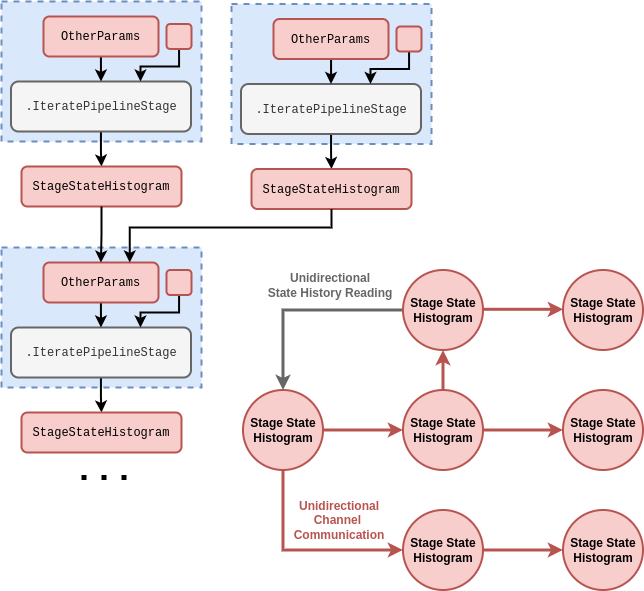
Earlier version of the draw.io export assets/dexetera/dexetera-pipeline-state-partition-graph.drawio.png (umbralcalc/umbralcalc.github.io). Source tidied: cells renumbered, new cells last; positions are measured from the earlier drawing's top-left corner, leaving out a move shared by most shapes.
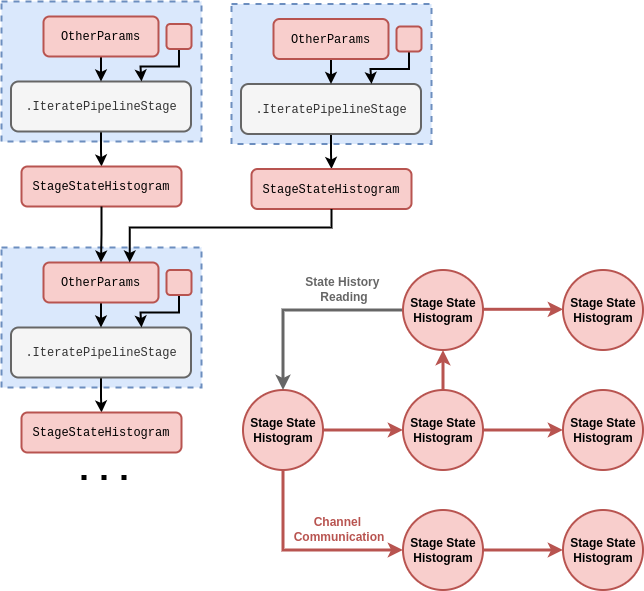
After the commit.

Diff of the diagram source:
```diff
@@ -104,11 +104,11 @@
     <mxCell id="29" style="rounded=1;whiteSpace=wrap;html=1;strokeWidth=2;fillColor=#f8cecc;strokeColor=#b85450;" parent="1" vertex="1">
       <mxGeometry x="395" y="25" width="25" height="25" as="geometry" />
     </mxCell>
-    <mxCell id="30" value="&lt;div&gt;&lt;b style=&quot;background-color: initial;&quot;&gt;&lt;font color=&quot;#666666&quot;&gt;Unidirectional&lt;/font&gt;&lt;/b&gt;&lt;br&gt;&lt;/div&gt;&lt;div&gt;&lt;b&gt;&lt;font color=&quot;#666666&quot;&gt;State History&amp;nbsp;&lt;/font&gt;&lt;/b&gt;&lt;b style=&quot;background-color: initial;&quot;&gt;&lt;font color=&quot;#666666&quot;&gt;Reading&lt;/font&gt;&lt;/b&gt;&lt;/div&gt;" style="text;html=1;align=center;verticalAlign=middle;whiteSpace=wrap;rounded=0;" parent="1" vertex="1">
-      <mxGeometry x="244" y="268.5" width="169.5" height="30" as="geometry" />
+    <mxCell id="30" value="&lt;div&gt;&lt;b style=&quot;background-color: initial;&quot;&gt;&lt;font color=&quot;#666666&quot;&gt;State History&amp;nbsp;&lt;/font&gt;&lt;/b&gt;&lt;/div&gt;&lt;div&gt;&lt;b style=&quot;background-color: initial;&quot;&gt;&lt;font color=&quot;#666666&quot;&gt;Reading&lt;/font&gt;&lt;/b&gt;&lt;br&gt;&lt;/div&gt;" style="text;html=1;align=center;verticalAlign=middle;whiteSpace=wrap;rounded=0;" parent="1" vertex="1">
+      <mxGeometry x="258" y="272.5" width="169.5" height="30" as="geometry" />
     </mxCell>
-    <mxCell id="31" value="&lt;div&gt;&lt;font color=&quot;#b85450&quot;&gt;&lt;b&gt;Unidirectional&lt;br&gt;&lt;/b&gt;&lt;/font&gt;&lt;div&gt;&lt;b&gt;&lt;font color=&quot;#b85450&quot;&gt;Channel&amp;nbsp;&lt;/font&gt;&lt;/b&gt;&lt;/div&gt;&lt;div&gt;&lt;b&gt;&lt;font color=&quot;#b85450&quot;&gt;Communication&lt;/font&gt;&lt;/b&gt;&lt;/div&gt;&lt;/div&gt;" style="text;html=1;align=center;verticalAlign=middle;whiteSpace=wrap;rounded=0;" parent="1" vertex="1">
-      <mxGeometry x="264" y="503.5" width="148" height="30" as="geometry" />
+    <mxCell id="31" value="&lt;div&gt;&lt;font color=&quot;#b85450&quot;&gt;&lt;b&gt;&lt;br&gt;&lt;/b&gt;&lt;/font&gt;&lt;div&gt;&lt;b&gt;&lt;font color=&quot;#b85450&quot;&gt;Channel&amp;nbsp;&lt;/font&gt;&lt;/b&gt;&lt;/div&gt;&lt;div&gt;&lt;b&gt;&lt;font color=&quot;#b85450&quot;&gt;Communication&lt;/font&gt;&lt;/b&gt;&lt;/div&gt;&lt;/div&gt;" style="text;html=1;align=center;verticalAlign=middle;whiteSpace=wrap;rounded=0;" parent="1" vertex="1">
+      <mxGeometry x="264" y="505.5" width="148" height="30" as="geometry" />
     </mxCell>
     <mxCell id="32" style="rounded=0;whiteSpace=wrap;html=1;dashed=1;strokeWidth=2;fillColor=#dae8fc;strokeColor=#6c8ebf;" parent="1" vertex="1">
       <mxGeometry y="246" width="200" height="140" as="geometry" />
```
